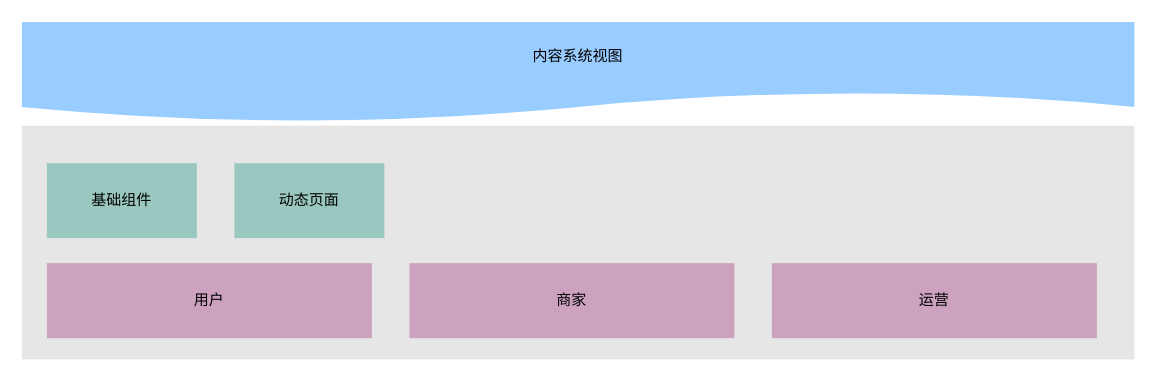
This is page "内容" (4 of 8) of src/dragon.drawio from ab-doc/draw.io, a draw.io file, before an edit. Source tidied: cells renumbered, new cells numbered last; positions are measured from the earlier drawing's top-left corner, leaving out a move shared by most shapes. Both pictures are drawn from the tidied source at 125%, with x=0, y=0 at pixel (21, 21).
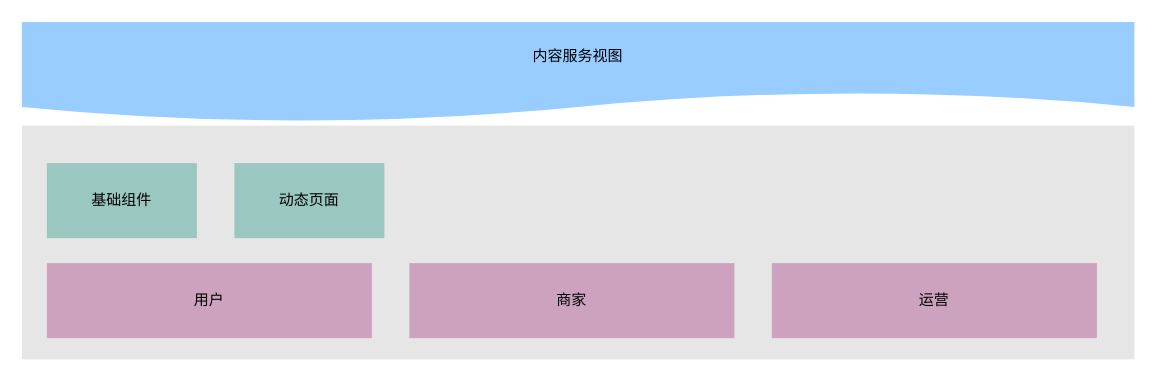
The same diagram, later.

Diff of the diagram source:
```diff
@@
 <mxGraphModel>
   <root>
     <mxCell id="0" />
     <mxCell id="1" parent="0" />
     <mxCell id="2" style="group;" parent="1" vertex="1">
       <mxGeometry width="890" height="270" as="geometry" />
     </mxCell>
-    <mxCell id="3" value="内容系统视图" style="shape=document;whiteSpace=wrap;html=1;boundedLbl=1;rounded=0;fillColor=#99CCFF;strokeColor=none;" parent="2" vertex="1">
+    <mxCell id="3" value="内容服务视图" style="shape=document;whiteSpace=wrap;html=1;boundedLbl=1;rounded=0;fillColor=#99CCFF;strokeColor=none;" parent="2" vertex="1">
       <mxGeometry width="890" height="80" as="geometry" />
     </mxCell>
     <mxCell id="4" style="rounded=0;whiteSpace=wrap;html=1;fillColor=#E6E6E6;strokeColor=none;" parent="2" vertex="1">
       <mxGeometry y="83" width="890" height="187" as="geometry" />
     </mxCell>
     <mxCell id="5" value="基础组件" style="rounded=0;whiteSpace=wrap;html=1;fillColor=#9AC7BF;strokeColor=none;" parent="2" vertex="1">
       <mxGeometry x="20" y="113" width="120" height="60" as="geometry" />
     </mxCell>
     <mxCell id="6" value="动态页面" style="rounded=0;whiteSpace=wrap;html=1;fillColor=#9AC7BF;strokeColor=none;" parent="2" vertex="1">
       <mxGeometry x="170" y="113" width="120" height="60" as="geometry" />
     </mxCell>
     <mxCell id="7" value="用户" style="rounded=0;whiteSpace=wrap;html=1;fillColor=#CDA2BE;strokeColor=none;" parent="2" vertex="1">
       <mxGeometry x="20" y="193" width="260" height="60" as="geometry" />
     </mxCell>
     <mxCell id="8" value="商家" style="rounded=0;whiteSpace=wrap;html=1;fillColor=#CDA2BE;strokeColor=none;" parent="2" vertex="1">
       <mxGeometry x="310" y="193" width="260" height="60" as="geometry" />
     </mxCell>
     <mxCell id="9" value="运营" style="rounded=0;whiteSpace=wrap;html=1;fillColor=#CDA2BE;strokeColor=none;" parent="2" vertex="1">
       <mxGeometry x="600" y="193" width="260" height="60" as="geometry" />
     </mxCell>
   </root>
 </mxGraphModel>
```
